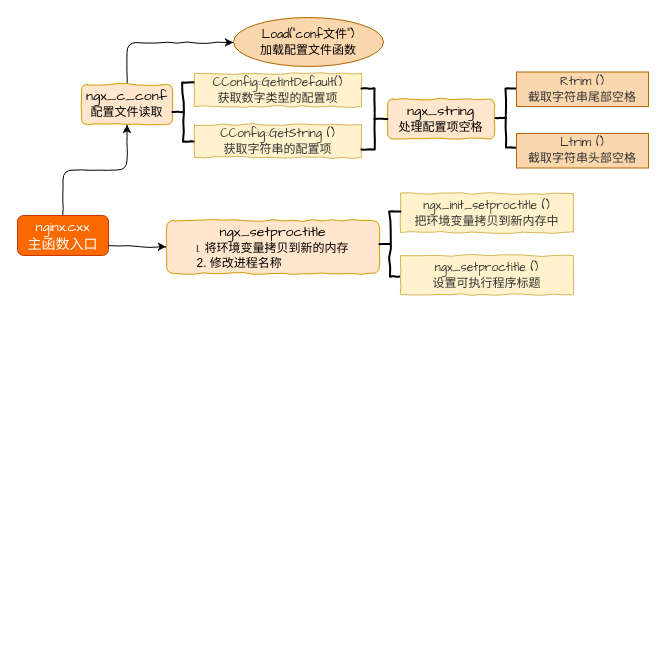
This is 函数调用逻辑图.drawio from kenlin-00/communication-main, a draw.io file, before an edit. Source tidied: cells renumbered, new cells numbered last; positions are measured from the earlier drawing's top-left corner, leaving out a move shared by most shapes. Both pictures are drawn from the tidied source at 100%, with x=0, y=0 at pixel (17, 17).
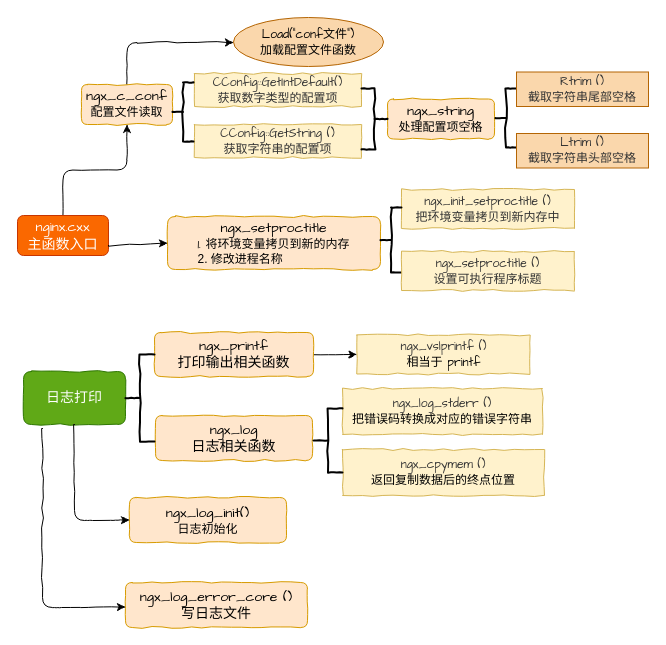
The same diagram, later.

What changed in the source:
```diff
@@
     <mxCell id="15" value="&lt;div&gt;&lt;span style=&quot;font-size: 14px ; font-family: &amp;#34;comic sans ms&amp;#34;&quot;&gt;ngx_setproctitle&lt;/span&gt;&lt;/div&gt;&lt;font&gt;&lt;div style=&quot;text-align: left&quot;&gt;&lt;span style=&quot;font-family: &amp;#34;comic sans ms&amp;#34;&quot;&gt;1. 将环境变量拷贝到新的内存&lt;/span&gt;&lt;/div&gt;&lt;div style=&quot;text-align: left&quot;&gt;&lt;span&gt;2. 修改进程名称&lt;/span&gt;&lt;/div&gt;&lt;/font&gt;" style="rounded=1;whiteSpace=wrap;html=1;fillColor=#ffe6cc;strokeColor=#d79b00;comic=1;" parent="1" vertex="1">
-      <mxGeometry x="149" y="203" width="213" height="53" as="geometry" />
+      <mxGeometry x="150" y="199" width="213" height="53" as="geometry" />
     </mxCell>
@@
     <mxCell id="17" value="&lt;font face=&quot;Comic Sans MS&quot;&gt;&lt;font color=&quot;#333333&quot;&gt;ngx_init_setproctitle ()&lt;/font&gt;&lt;br&gt;&lt;font color=&quot;#333333&quot;&gt;把环境变量拷贝到新内存中&lt;/font&gt;&lt;br&gt;&lt;/font&gt;" style="rounded=0;whiteSpace=wrap;html=1;fillColor=#fff2cc;strokeColor=#d6b656;comic=1;" parent="1" vertex="1">
-      <mxGeometry x="383" y="176" width="173" height="39" as="geometry" />
+      <mxGeometry x="384" y="172" width="173" height="39" as="geometry" />
     </mxCell>
     <mxCell id="18" style="strokeWidth=2;html=1;shape=mxgraph.flowchart.annotation_2;align=left;labelPosition=right;comic=1;" parent="1" vertex="1">
-      <mxGeometry x="362" y="194" width="21" height="65" as="geometry" />
+      <mxGeometry x="363" y="190" width="21" height="65" as="geometry" />
     </mxCell>
     <mxCell id="19" value="&lt;font face=&quot;Comic Sans MS&quot;&gt;&lt;font color=&quot;#333333&quot;&gt;ngx_setproctitle ()&lt;/font&gt;&lt;br&gt;&lt;font color=&quot;#333333&quot;&gt;设置可执行程序标题&lt;/font&gt;&lt;br&gt;&lt;/font&gt;" style="rounded=0;whiteSpace=wrap;html=1;fillColor=#fff2cc;strokeColor=#d6b656;comic=1;" parent="1" vertex="1">
-      <mxGeometry x="383" y="238" width="173" height="39" as="geometry" />
+      <mxGeometry x="384" y="234" width="173" height="39" as="geometry" />
     </mxCell>
+    <mxCell id="20" value="&lt;div&gt;&lt;font face=&quot;comic sans ms&quot;&gt;&lt;span style=&quot;font-size: 14px&quot;&gt;日志打印&lt;/span&gt;&lt;/font&gt;&lt;/div&gt;" style="rounded=1;whiteSpace=wrap;html=1;fillColor=#60a917;strokeColor=#2D7600;comic=1;fontColor=#ffffff;" parent="1" vertex="1">
+      <mxGeometry x="6" y="354" width="102" height="53" as="geometry" />
+    </mxCell>
+    <mxCell id="21" style="edgeStyle=orthogonalEdgeStyle;rounded=1;comic=1;jettySize=auto;html=1;" parent="1" edge="1" source="22" target="24">
+      <mxGeometry relative="1" as="geometry" />
+    </mxCell>
+    <mxCell id="22" value="&lt;div&gt;&lt;span style=&quot;font-size: 14px ; font-family: &amp;#34;comic sans ms&amp;#34;&quot;&gt;ngx_printf&lt;/span&gt;&lt;/div&gt;&lt;div&gt;&lt;font face=&quot;comic sans ms&quot;&gt;&lt;span style=&quot;font-size: 14px&quot;&gt;打印输出相关函数&lt;/span&gt;&lt;/font&gt;&lt;/div&gt;" style="rounded=1;whiteSpace=wrap;html=1;fillColor=#ffe6cc;strokeColor=#d79b00;comic=1;" parent="1" vertex="1">
+      <mxGeometry x="137" y="315" width="159" height="44" as="geometry" />
+    </mxCell>
+    <mxCell id="23" value="&lt;div&gt;&lt;span style=&quot;font-size: 14px ; font-family: &amp;#34;comic sans ms&amp;#34;&quot;&gt;ngx_log&lt;/span&gt;&lt;/div&gt;&lt;div&gt;&lt;font face=&quot;comic sans ms&quot;&gt;&lt;span style=&quot;font-size: 14px&quot;&gt;日志相关函数&lt;/span&gt;&lt;/font&gt;&lt;/div&gt;" style="rounded=1;whiteSpace=wrap;html=1;fillColor=#ffe6cc;strokeColor=#d79b00;comic=1;" parent="1" vertex="1">
+      <mxGeometry x="138" y="398" width="157" height="45" as="geometry" />
+    </mxCell>
+    <mxCell id="24" value="&lt;font face=&quot;Comic Sans MS&quot;&gt;&lt;font color=&quot;#333333&quot;&gt;ngx_vslprintf ()&lt;br&gt;&lt;/font&gt;相当于 printf&lt;br&gt;&lt;/font&gt;" style="rounded=0;whiteSpace=wrap;html=1;fillColor=#fff2cc;strokeColor=#d6b656;comic=1;" parent="1" vertex="1">
+      <mxGeometry x="339.5" y="317.5" width="173" height="39" as="geometry" />
+    </mxCell>
+    <mxCell id="25" value="&lt;font face=&quot;Comic Sans MS&quot;&gt;&lt;font color=&quot;#333333&quot;&gt;ngx_log_stderr ()&lt;br&gt;&lt;/font&gt;把错误码转换成对应的错误字符串&lt;br&gt;&lt;/font&gt;" style="rounded=0;whiteSpace=wrap;html=1;fillColor=#fff2cc;strokeColor=#d6b656;comic=1;" parent="1" vertex="1">
+      <mxGeometry x="325" y="371" width="200" height="46" as="geometry" />
+    </mxCell>
+    <mxCell id="26" value="&lt;font face=&quot;Comic Sans MS&quot;&gt;&lt;font color=&quot;#333333&quot;&gt;ngx_cpymem&amp;nbsp;()&lt;br&gt;&lt;/font&gt;返回复制数据后的终点位置&lt;br&gt;&lt;/font&gt;" style="rounded=0;whiteSpace=wrap;html=1;fillColor=#fff2cc;strokeColor=#d6b656;comic=1;" parent="1" vertex="1">
+      <mxGeometry x="325" y="432" width="202" height="46" as="geometry" />
+    </mxCell>
+    <mxCell id="27" style="strokeWidth=2;html=1;shape=mxgraph.flowchart.annotation_2;align=left;labelPosition=right;comic=1;" parent="1" vertex="1">
+      <mxGeometry x="108" y="337" width="29" height="87" as="geometry" />
+    </mxCell>
+    <mxCell id="28" style="strokeWidth=2;html=1;shape=mxgraph.flowchart.annotation_2;align=left;labelPosition=right;comic=1;" parent="1" vertex="1">
+      <mxGeometry x="296" y="391" width="29" height="64" as="geometry" />
+    </mxCell>
+    <mxCell id="29" value="&lt;font face=&quot;comic sans ms&quot;&gt;&lt;span style=&quot;font-size: 14px&quot;&gt;ngx_log_init()&lt;br&gt;&lt;/span&gt;&lt;/font&gt;日志初始化" style="rounded=1;whiteSpace=wrap;html=1;fillColor=#ffe6cc;strokeColor=#d79b00;comic=1;" parent="1" vertex="1">
+      <mxGeometry x="112" y="480" width="157" height="45" as="geometry" />
+    </mxCell>
+    <mxCell id="30" style="edgeStyle=orthogonalEdgeStyle;rounded=1;jettySize=auto;html=1;comic=1;exitX=0.5;exitY=1;exitDx=0;exitDy=0;entryX=0;entryY=0.5;entryDx=0;entryDy=0;" parent="1" edge="1" source="20" target="29">
+      <mxGeometry relative="1" as="geometry">
+        <Array as="points">
+          <mxPoint x="57" y="503" />
+          <mxPoint x="83" y="503" />
+        </Array>
+      </mxGeometry>
+    </mxCell>
+    <mxCell id="31" value="&lt;font face=&quot;comic sans ms&quot;&gt;&lt;span style=&quot;font-size: 14px&quot;&gt;ngx_log_error_core ()&lt;br&gt;写日志文件&lt;br&gt;&lt;/span&gt;&lt;/font&gt;" style="rounded=1;whiteSpace=wrap;html=1;fillColor=#ffe6cc;strokeColor=#d79b00;comic=1;" parent="1" vertex="1">
+      <mxGeometry x="108" y="565" width="182" height="45" as="geometry" />
+    </mxCell>
+    <mxCell id="32" style="edgeStyle=orthogonalEdgeStyle;rounded=1;orthogonalLoop=1;jettySize=auto;html=1;comic=1;entryX=0;entryY=0.5;entryDx=0;entryDy=0;" parent="1" edge="1">
+      <mxGeometry relative="1" as="geometry">
+        <mxPoint x="25" y="411" as="sourcePoint" />
+        <mxPoint x="108" y="589.5" as="targetPoint" />
+        <Array as="points">
+          <mxPoint x="53" y="590" />
+          <mxPoint x="79" y="590" />
+        </Array>
+      </mxGeometry>
+    </mxCell>
```
